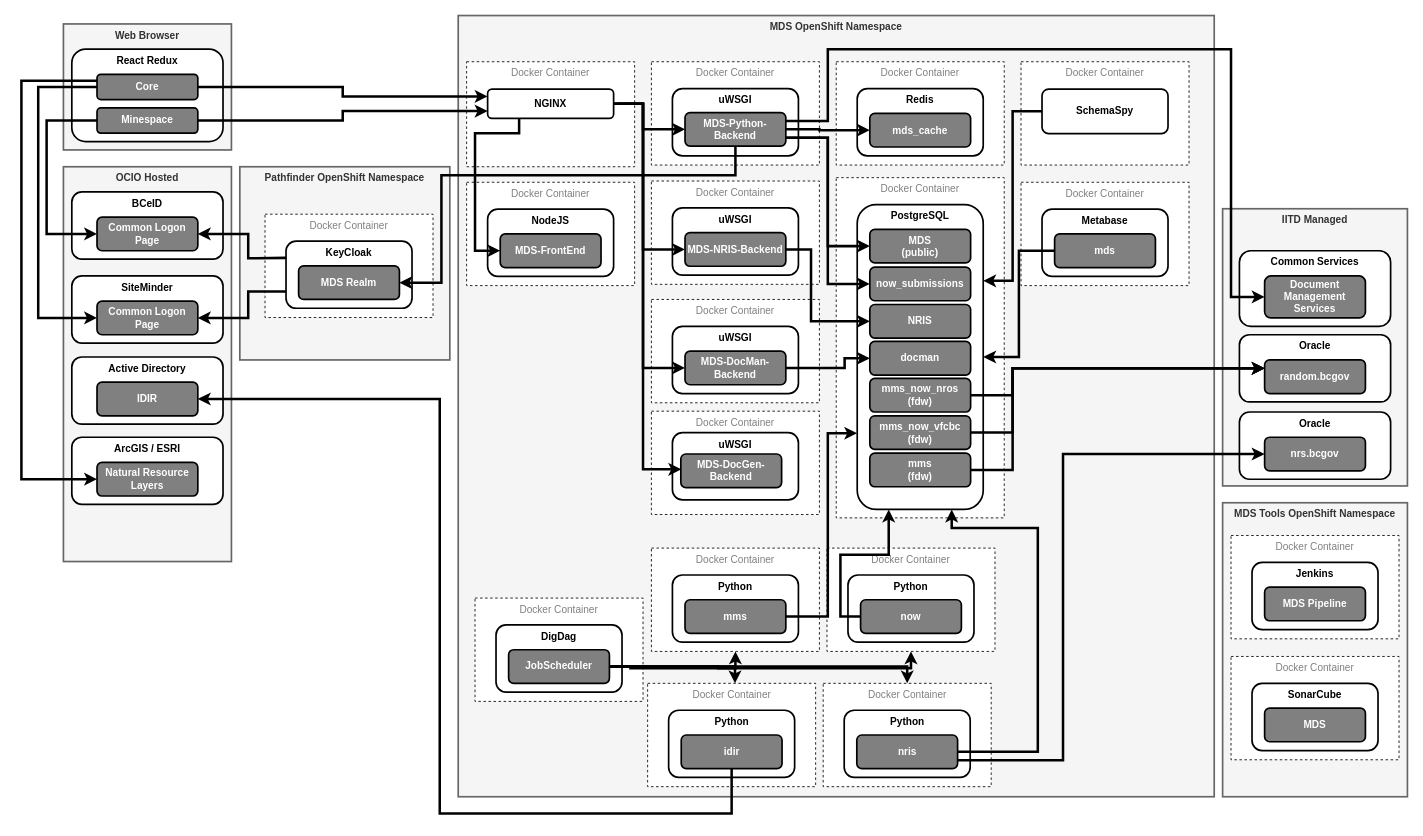
The draw.io diagram page "Architecture Diagram" (1 of 8) of docs/MDS_Arch.drawio in bcgov/mds, before the edit. Source tidied: cells renumbered, new cells numbered last; positions are measured from the earlier drawing's top-left corner, leaving out a move shared by most shapes. Both pictures are drawn from the tidied source at 84%, with x=0, y=0 at pixel (21, 15).
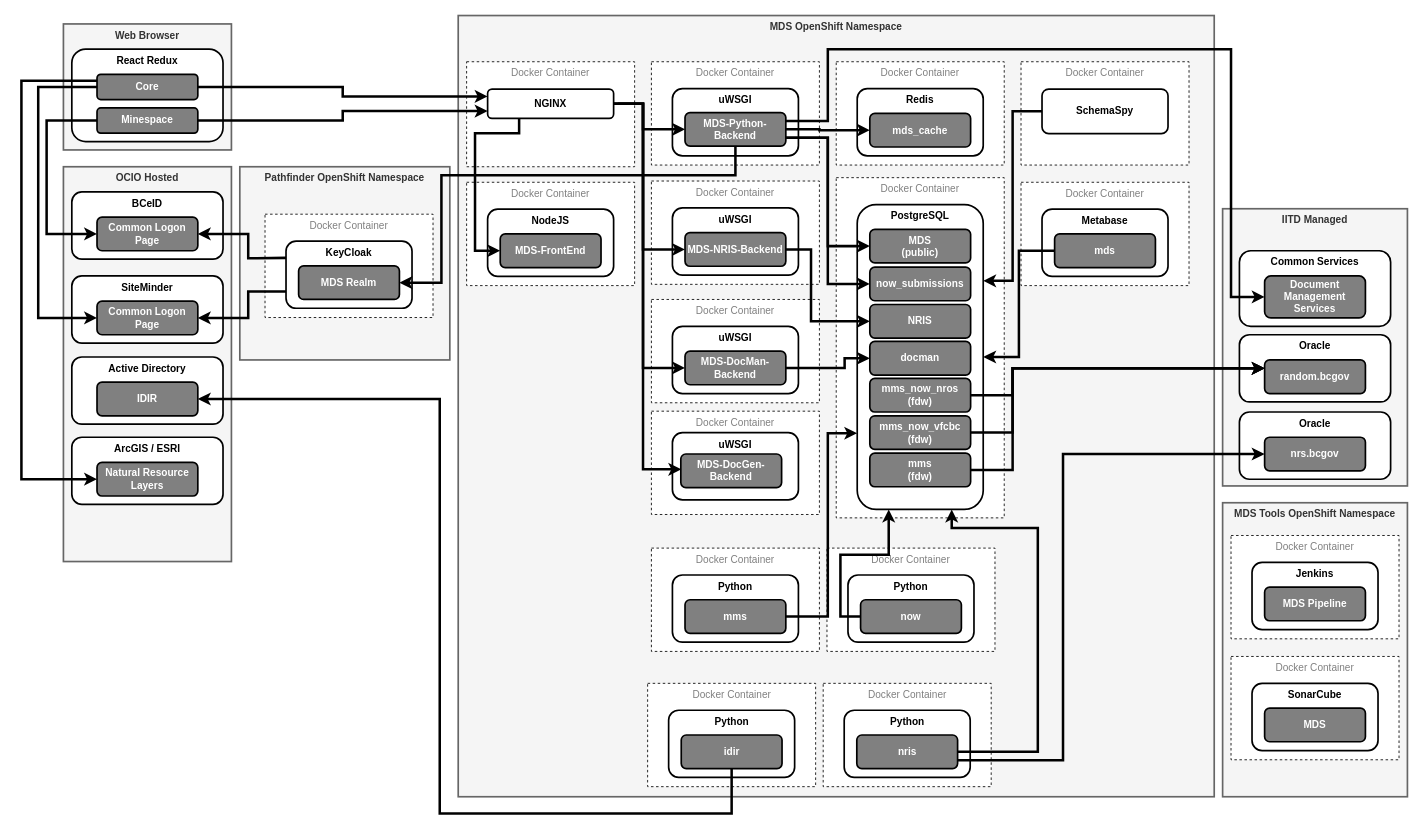
Above is the later version.

Commit message (it also covers changes not shown here):
MDS-3851 - update MDS arch diagram, add NRIS diagram

Unchanged cells that the change refers to:
```xml
<mxCell id="76" value="Docker Container" style="rounded=0;whiteSpace=wrap;html=1;strokeWidth=1;fillColor=#FFFFFF;fontColor=#808080;dashed=1;verticalAlign=top;" parent="1" vertex="1">
  <mxGeometry x="750" y="634" width="200" height="123" as="geometry" />
</mxCell>
<mxCell id="79" value="Docker Container" style="rounded=0;whiteSpace=wrap;html=1;strokeWidth=1;fillColor=#FFFFFF;fontColor=#808080;dashed=1;verticalAlign=top;" parent="1" vertex="1">
  <mxGeometry x="959" y="634" width="200" height="123" as="geometry" />
</mxCell>
<mxCell id="82" value="Docker Container" style="rounded=0;whiteSpace=wrap;html=1;strokeWidth=1;fillColor=#FFFFFF;fontColor=#808080;dashed=1;verticalAlign=top;" parent="1" vertex="1">
  <mxGeometry x="745.5" y="795" width="200" height="123" as="geometry" />
</mxCell>
<mxCell id="85" value="Docker Container" style="rounded=0;whiteSpace=wrap;html=1;strokeWidth=1;fillColor=#FFFFFF;fontColor=#808080;dashed=1;verticalAlign=top;" parent="1" vertex="1">
  <mxGeometry x="954.5" y="795" width="200" height="123" as="geometry" />
</mxCell>
```

The edit, as a diff of the source:
```diff
@@
-    <mxCell id="73" value="Docker Container" style="rounded=0;whiteSpace=wrap;html=1;strokeWidth=1;fillColor=#FFFFFF;fontColor=#808080;dashed=1;verticalAlign=top;" parent="1" vertex="1">
-      <mxGeometry x="540" y="693.5" width="200" height="123" as="geometry" />
-    </mxCell>
-    <mxCell id="74" value="DigDag" style="rounded=1;whiteSpace=wrap;html=1;strokeWidth=2;verticalAlign=top;fontStyle=1;" parent="1" vertex="1">
-      <mxGeometry x="565" y="725.5" width="150" height="80" as="geometry" />
-    </mxCell>
-    <mxCell id="75" value="JobScheduler" style="rounded=1;whiteSpace=wrap;html=1;strokeWidth=2;fillColor=#808080;fontColor=#FFFFFF;fontStyle=1;" parent="1" vertex="1">
-      <mxGeometry x="580" y="755" width="120" height="40" as="geometry" />
-    </mxCell>
@@
-    <mxCell id="104" style="edgeStyle=orthogonalEdgeStyle;rounded=0;jettySize=auto;html=1;startArrow=classic;startFill=1;endArrow=none;endFill=0;fontColor=#FFFFFF;entryX=1;entryY=0.5;entryDx=0;entryDy=0;strokeWidth=3;exitX=0.5;exitY=1;exitDx=0;exitDy=0;" parent="1" edge="1" source="76" target="75">
-      <mxGeometry relative="1" as="geometry" />
-    </mxCell>
-    <mxCell id="105" style="edgeStyle=orthogonalEdgeStyle;rounded=0;jettySize=auto;html=1;startArrow=classic;startFill=1;endArrow=none;endFill=0;fontColor=#FFFFFF;entryX=1;entryY=0.5;entryDx=0;entryDy=0;strokeWidth=3;exitX=0.52;exitY=0;exitDx=0;exitDy=0;exitPerimeter=0;" parent="1" edge="1" source="82" target="75">
-      <mxGeometry relative="1" as="geometry" />
-    </mxCell>
-    <mxCell id="106" style="edgeStyle=orthogonalEdgeStyle;rounded=0;jettySize=auto;html=1;startArrow=classic;startFill=1;endArrow=none;endFill=0;fontColor=#FFFFFF;strokeWidth=3;entryX=1;entryY=0.5;entryDx=0;entryDy=0;exitX=0.5;exitY=0;exitDx=0;exitDy=0;" parent="1" edge="1" source="85" target="75">
-      <mxGeometry relative="1" as="geometry" />
-    </mxCell>
-    <mxCell id="107" style="edgeStyle=orthogonalEdgeStyle;rounded=0;jettySize=auto;html=1;startArrow=classic;startFill=1;endArrow=none;endFill=0;fontColor=#FFFFFF;strokeWidth=3;exitX=0.5;exitY=1;exitDx=0;exitDy=0;entryX=1;entryY=0.5;entryDx=0;entryDy=0;" parent="1" edge="1" source="79" target="75">
-      <mxGeometry relative="1" as="geometry" />
-    </mxCell>
```
